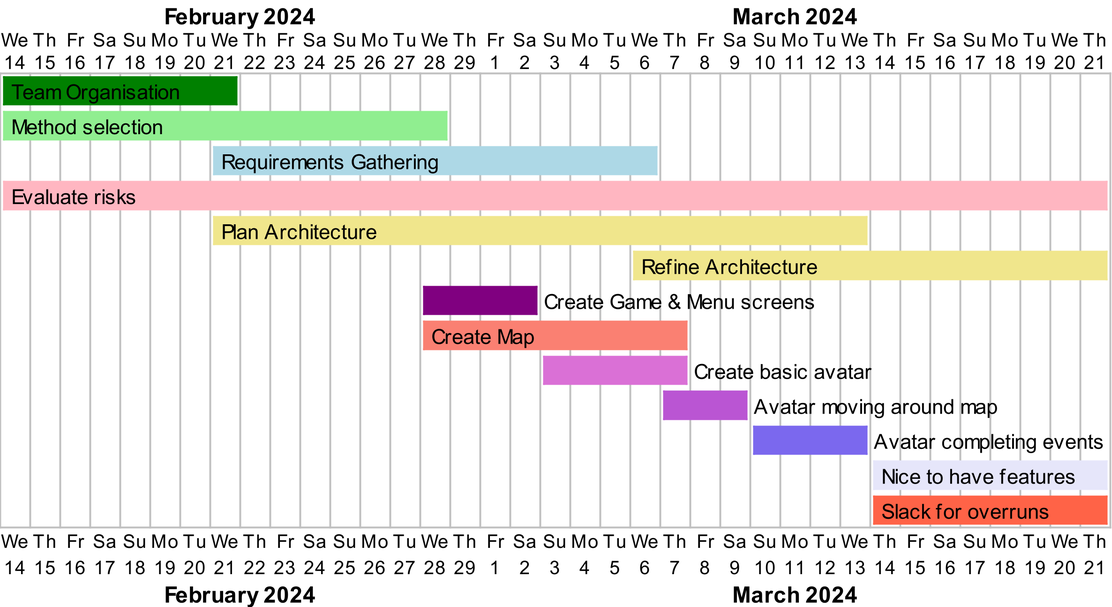
Above: assets/gantt_first_revision.png in MaxIrv/HeslingtonHustlePages (PlantUML), before the change. Its diagram source:
```plantuml
@startgantt
project starts the 14th February 2024
[Team Organisation] starts 2024-02-14
[Team Organisation] ends 2024-02-21
[Team Organisation] is colored in Green
[Method selection] starts 2024-02-14
[Method selection] ends 2024-02-28
[Method selection] is colored in LightGreen
[Requirements Gathering] starts 2024-02-21
[Requirements Gathering] ends 2024-03-06
[Requirements Gathering] is colored in LightBlue
[Evaluate risks] starts 2024-02-14
[Evaluate risks] ends 2024-03-21
[Evaluate risks] is colored in LightPink
[Plan Architecture] starts 2024-02-21
[Plan Architecture] ends  2024-03-13
[Plan Architecture] is colored in Khaki
[Refine Architecture] starts 2024-03-06
[Refine Architecture] ends 2024-03-21
[Refine Architecture] is colored in Khaki
[Create Game & Menu screens] starts 2024-02-28
[Create Game & Menu screens] ends 2024-03-02
[Create Game & Menu screens] is colored in Purple
[Create Map] starts 2024-02-28
[Create Map] ends 2024-03-07
[Create Map] is colored in Salmon
[Create basic avatar] starts 2024-03-03
[Create basic avatar] ends 2024-03-07
[Create basic avatar] is colored in Orchid
[Avatar moving around map] starts 2024-03-07
[Avatar moving around map] ends 2024-03-09
[Avatar moving around map] is colored in MediumOrchid
[Avatar completing events] starts 2024-03-10
[Avatar completing events] ends 2024-03-13
[Avatar completing events] is colored in MediumSlateBlue
[Nice to have features] starts 2024-03-14
[Nice to have features] ends 2024-03-21
[Nice to have features] is colored in Lavender
[Slack for overruns] starts 2024-03-14
[Slack for overruns] ends 2024-03-21
[Slack for overruns] is colored in Tomato
@endgantt
```
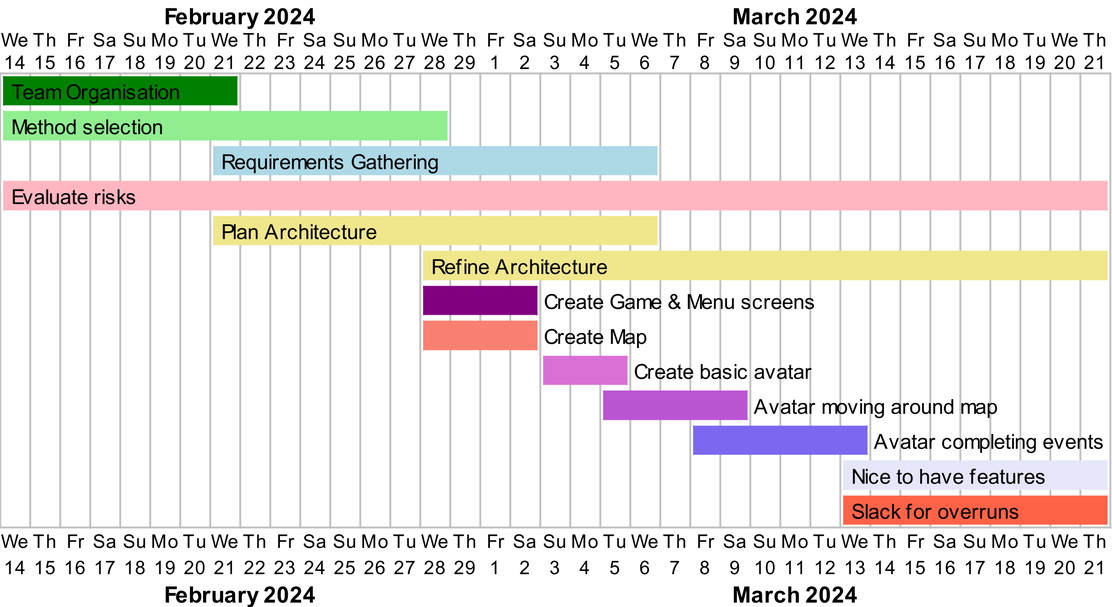
The same file after the commit.

What changed in the source:
```diff
@@ -13,30 +13,30 @@
 [Evaluate risks] ends 2024-03-21
 [Evaluate risks] is colored in LightPink
 [Plan Architecture] starts 2024-02-21
-[Plan Architecture] ends  2024-03-13
+[Plan Architecture] ends  2024-03-06
 [Plan Architecture] is colored in Khaki
-[Refine Architecture] starts 2024-03-06
+[Refine Architecture] starts 2024-02-28
 [Refine Architecture] ends 2024-03-21
 [Refine Architecture] is colored in Khaki
 [Create Game & Menu screens] starts 2024-02-28
 [Create Game & Menu screens] ends 2024-03-02
 [Create Game & Menu screens] is colored in Purple
 [Create Map] starts 2024-02-28
-[Create Map] ends 2024-03-07
+[Create Map] ends 2024-03-02
 [Create Map] is colored in Salmon
 [Create basic avatar] starts 2024-03-03
-[Create basic avatar] ends 2024-03-07
+[Create basic avatar] ends 2024-03-05
 [Create basic avatar] is colored in Orchid
-[Avatar moving around map] starts 2024-03-07
+[Avatar moving around map] starts 2024-03-05
 [Avatar moving around map] ends 2024-03-09
 [Avatar moving around map] is colored in MediumOrchid
-[Avatar completing events] starts 2024-03-10
+[Avatar completing events] starts 2024-03-08
 [Avatar completing events] ends 2024-03-13
 [Avatar completing events] is colored in MediumSlateBlue
-[Nice to have features] starts 2024-03-14
+[Nice to have features] starts 2024-03-13
 [Nice to have features] ends 2024-03-21
 [Nice to have features] is colored in Lavender
-[Slack for overruns] starts 2024-03-14
+[Slack for overruns] starts 2024-03-13
 [Slack for overruns] ends 2024-03-21
 [Slack for overruns] is colored in Tomato
 @endgantt
```
